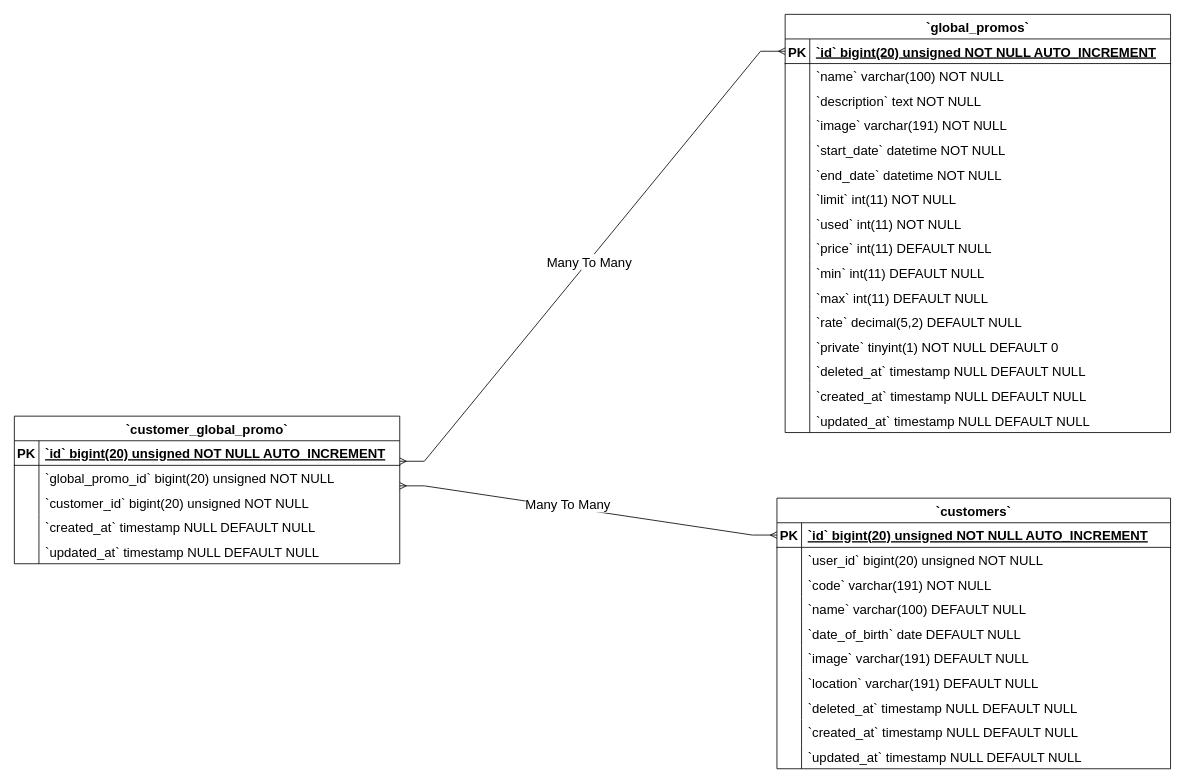
This is Customer Global Promo ERD Diagram.drawio from Simasco/diagram, a draw.io file, before an edit. Source tidied: cells renumbered, new cells numbered last; positions are measured from the earlier drawing's top-left corner, leaving out a move shared by most shapes. Both pictures are drawn from the tidied source at 82%, with x=0, y=0 at pixel (14, 14).
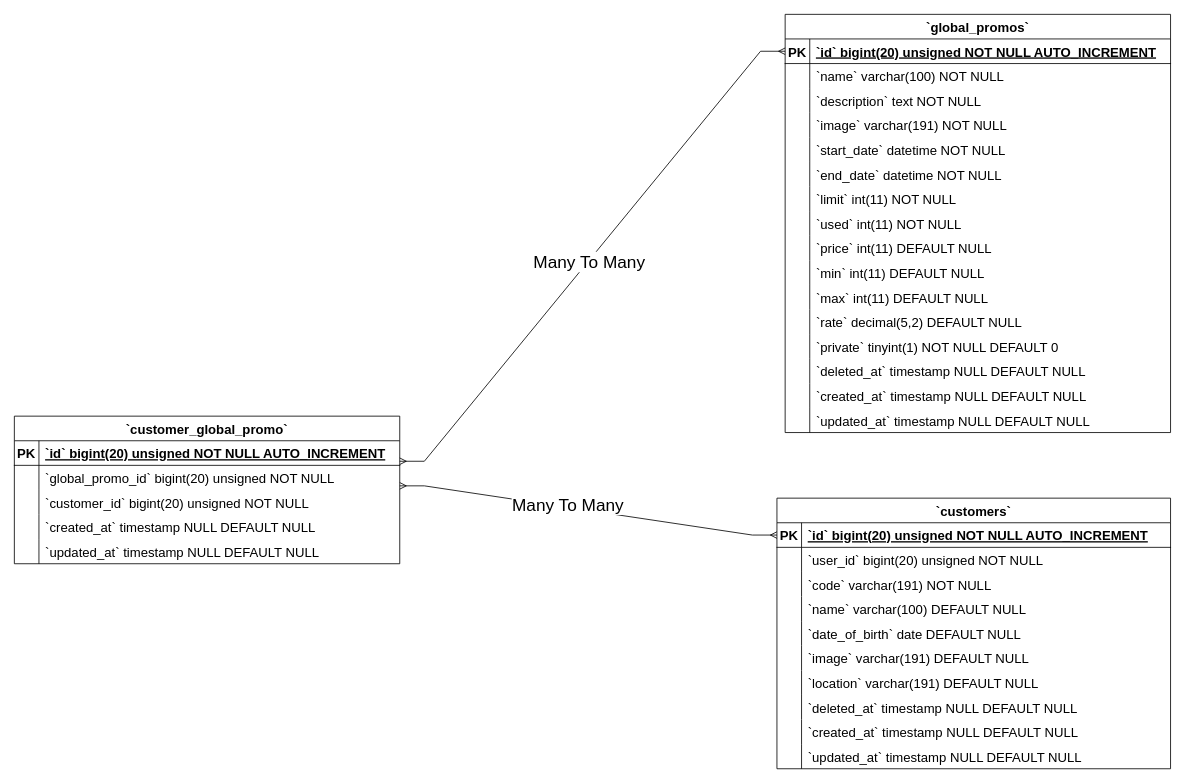
The same diagram, later.

The change refers to these unchanged cells:
```xml
<mxCell id="99" style="edgeStyle=entityRelationEdgeStyle;fontSize=16;html=1;endArrow=ERmany;startArrow=ERmany;rounded=0;exitX=1;exitY=0.5;exitDx=0;exitDy=0;" parent="1" edge="1" target="3">
  <mxGeometry relative="1" as="geometry">
    <mxPoint x="470" y="545" as="sourcePoint" />
  </mxGeometry>
</mxCell>
```

The edit, as a diff of the source:
```diff
@@
-    <mxCell id="100" value="Many To Many" style="edgeLabel;html=1;align=center;verticalAlign=middle;fontSize=16;" parent="99" vertex="1">
+    <mxCell id="100" value="Many To Many" style="edgeLabel;html=1;align=center;verticalAlign=middle;fontSize=21;" parent="99" vertex="1">
       <mxGeometry x="-0.02" y="-2" relative="1" as="geometry">
         <mxPoint x="-1" as="offset" />
       </mxGeometry>
     </mxCell>
-    <mxCell id="101" value="Many To Many" style="edgeLabel;html=1;align=center;verticalAlign=middle;fontSize=16;" parent="1" vertex="1">
+    <mxCell id="101" value="Many To Many" style="edgeLabel;html=1;align=center;verticalAlign=middle;fontSize=21;" parent="1" vertex="1">
       <mxGeometry x="720" y="300" as="geometry">
         <mxPoint x="-46" y="297" as="offset" />
       </mxGeometry>
     </mxCell>
```
